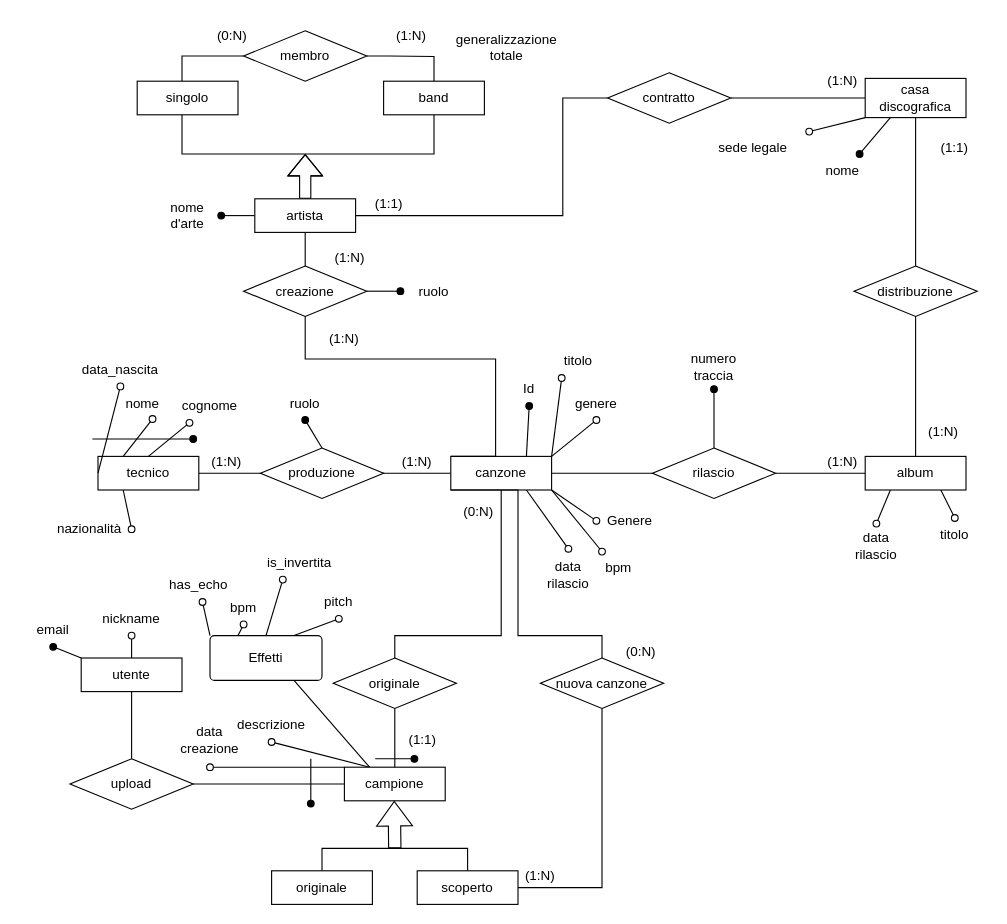
Above: diagramma er.drawio in Stef4noo/materiale-progetto-basi (draw.io), before the change. Source tidied: cells renumbered, new cells numbered last; positions are measured from the earlier drawing's top-left corner, leaving out a move shared by most shapes. Both pictures are drawn from the tidied source at 112%, with x=0, y=0 at pixel (19, 19).
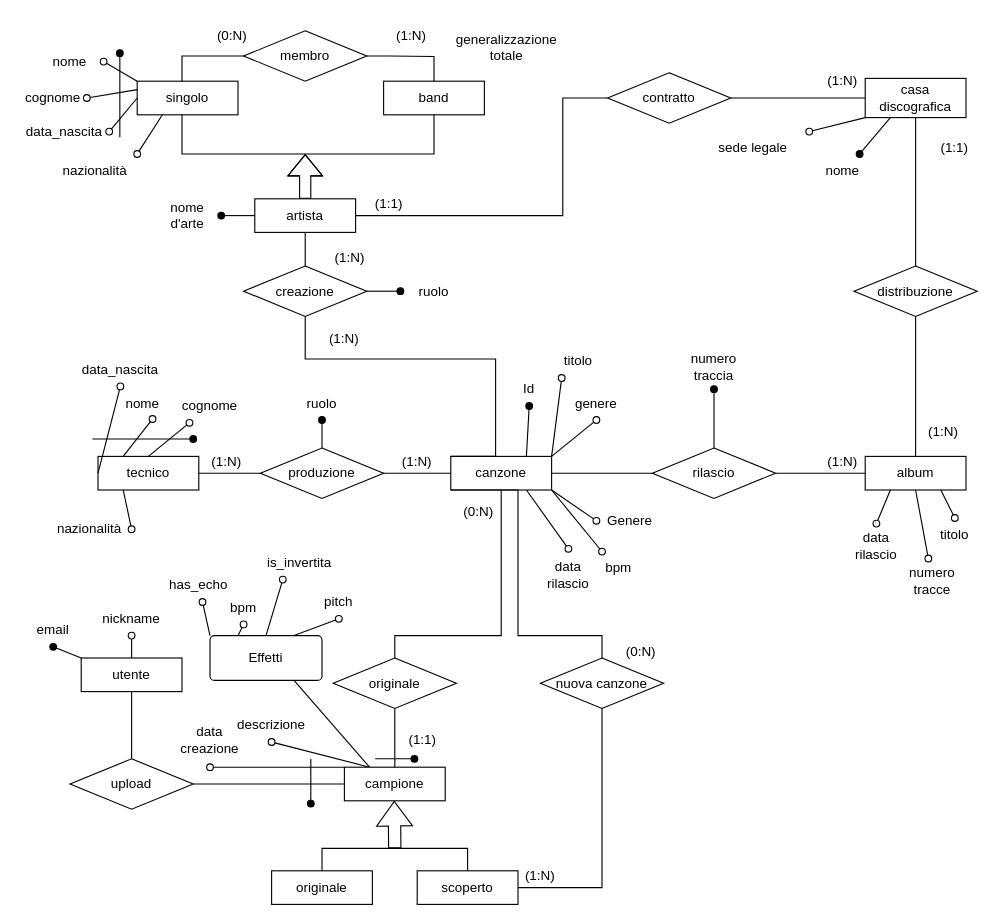
After the change.

Unchanged cells that the change refers to:
```xml
<mxCell id="11" value="&lt;div&gt;album&lt;/div&gt;" style="whiteSpace=wrap;html=1;align=center;labelBackgroundColor=none;" parent="1" vertex="1">
  <mxGeometry x="755" y="390" width="90" height="30" as="geometry" />
</mxCell>
<mxCell id="38" value="singolo" style="whiteSpace=wrap;html=1;align=center;labelBackgroundColor=none;" parent="1" vertex="1">
  <mxGeometry x="105" y="55" width="90" height="30" as="geometry" />
</mxCell>
```

The edit, as a diff of the source:
```diff
@@
+    <mxCell id="117" style="rounded=0;jettySize=auto;html=1;exitX=0.5;exitY=1;exitDx=0;exitDy=0;endArrow=oval;endFill=0;" parent="1" edge="1" source="11" target="127">
+      <mxGeometry relative="1" as="geometry" />
+    </mxCell>
@@
+    <mxCell id="118" style="rounded=0;jettySize=auto;html=1;exitX=0;exitY=0;exitDx=0;exitDy=0;entryX=1;entryY=0.5;entryDx=0;entryDy=0;endArrow=oval;endFill=0;" parent="1" edge="1" source="38" target="123">
+      <mxGeometry relative="1" as="geometry" />
+    </mxCell>
+    <mxCell id="119" style="rounded=0;jettySize=auto;html=1;exitX=0;exitY=0.25;exitDx=0;exitDy=0;entryX=1;entryY=0.5;entryDx=0;entryDy=0;endArrow=oval;endFill=0;" parent="1" edge="1" source="38" target="124">
+      <mxGeometry relative="1" as="geometry" />
+    </mxCell>
+    <mxCell id="120" style="rounded=0;jettySize=auto;html=1;exitX=0;exitY=0.5;exitDx=0;exitDy=0;entryX=1;entryY=0.5;entryDx=0;entryDy=0;endArrow=oval;endFill=0;" parent="1" edge="1" source="38" target="122">
+      <mxGeometry relative="1" as="geometry" />
+    </mxCell>
+    <mxCell id="121" style="rounded=0;jettySize=auto;html=1;exitX=0.25;exitY=1;exitDx=0;exitDy=0;entryX=1;entryY=0;entryDx=0;entryDy=0;endArrow=oval;endFill=0;" parent="1" edge="1" source="38" target="126">
+      <mxGeometry relative="1" as="geometry" />
+    </mxCell>
@@
     <mxCell id="98" value="ruolo" style="text;html=1;whiteSpace=wrap;strokeColor=none;fillColor=none;align=center;verticalAlign=middle;rounded=0;" parent="1" vertex="1">
-      <mxGeometry x="225" y="327.5" width="60" height="30" as="geometry" />
+      <mxGeometry x="240" y="327.5" width="60" height="30" as="geometry" />
     </mxCell>
@@
+    <mxCell id="122" value="data_nascita" style="text;html=1;whiteSpace=wrap;strokeColor=none;fillColor=none;align=center;verticalAlign=middle;rounded=0;" parent="1" vertex="1">
+      <mxGeometry y="85" width="80" height="30" as="geometry" />
+    </mxCell>
+    <mxCell id="123" value="nome" style="text;html=1;whiteSpace=wrap;strokeColor=none;fillColor=none;align=center;verticalAlign=middle;rounded=0;" parent="1" vertex="1">
+      <mxGeometry x="15" y="22.5" width="60" height="30" as="geometry" />
+    </mxCell>
+    <mxCell id="124" value="cognome" style="text;html=1;whiteSpace=wrap;strokeColor=none;fillColor=none;align=center;verticalAlign=middle;rounded=0;" parent="1" vertex="1">
+      <mxGeometry y="55" width="60" height="30" as="geometry" />
+    </mxCell>
+    <mxCell id="125" style="rounded=0;orthogonalLoop=1;jettySize=auto;html=1;startArrow=oval;startFill=1;endArrow=none;endFill=0;" parent="1" edge="1">
+      <mxGeometry relative="1" as="geometry">
+        <mxPoint x="89.5" y="30" as="sourcePoint" />
+        <mxPoint x="89.5" y="105" as="targetPoint" />
+      </mxGeometry>
+    </mxCell>
+    <mxCell id="126" value="nazionalità" style="text;html=1;whiteSpace=wrap;strokeColor=none;fillColor=none;align=center;verticalAlign=middle;rounded=0;" parent="1" vertex="1">
+      <mxGeometry x="30" y="120" width="75" height="30" as="geometry" />
+    </mxCell>
+    <mxCell id="127" value="&lt;div&gt;numero&lt;/div&gt;&lt;div&gt;tracce&lt;/div&gt;" style="text;html=1;whiteSpace=wrap;strokeColor=none;fillColor=none;align=center;verticalAlign=middle;rounded=0;" parent="1" vertex="1">
+      <mxGeometry x="785" y="481.2" width="60" height="38.8" as="geometry" />
+    </mxCell>
```
